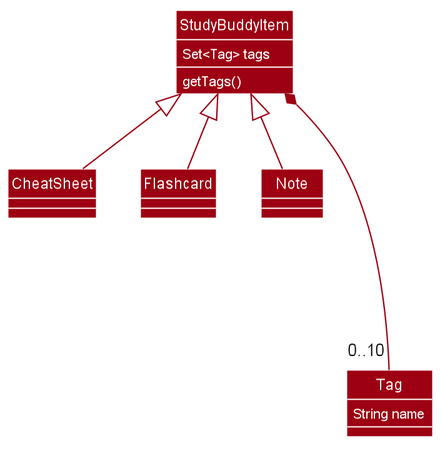
Above: images/kaibindiagrams/TaggingFeatureClassDiagram.png in AY1920S1-CS2103T-W13-3/StudyBuddyPro (PlantUML), before the change.
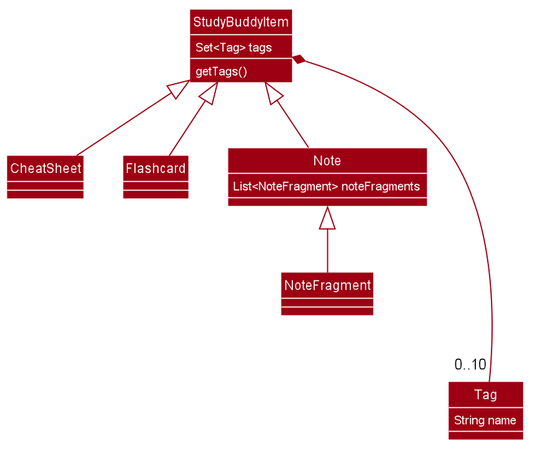
Later version of the same file.

Change to the diagram source:
```diff
@@ -53,6 +53,7 @@
 StudyBuddyItem <|-down- CheatSheet
 StudyBuddyItem <|-down- Flashcard
 StudyBuddyItem <|-down- Note
+Note <|-down- NoteFragment
 StudyBuddyItem *-down--- "0..10" Tag
 
 class StudyBuddyItem {
@@ -60,6 +61,10 @@
 <color:#FFFFFF>getTags()
 }
 
+class Note {
+<color:#FFFFFF>List<NoteFragment> noteFragments
+}
+
 class Tag {
 <color:#FFFFFF>String name
 }
```
